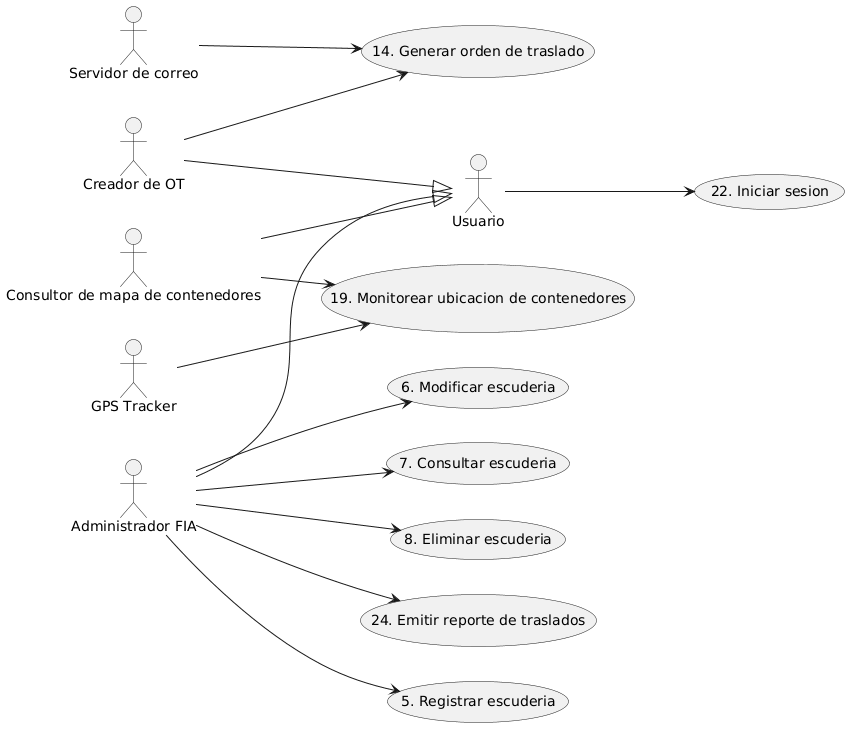
CeciliaRava1/disenio_2026 keeps this PlantUML diagram as out/05_preparcial_f1/vistaFuncionalidad/usecaseDiagram.png. Above is the earlier version.
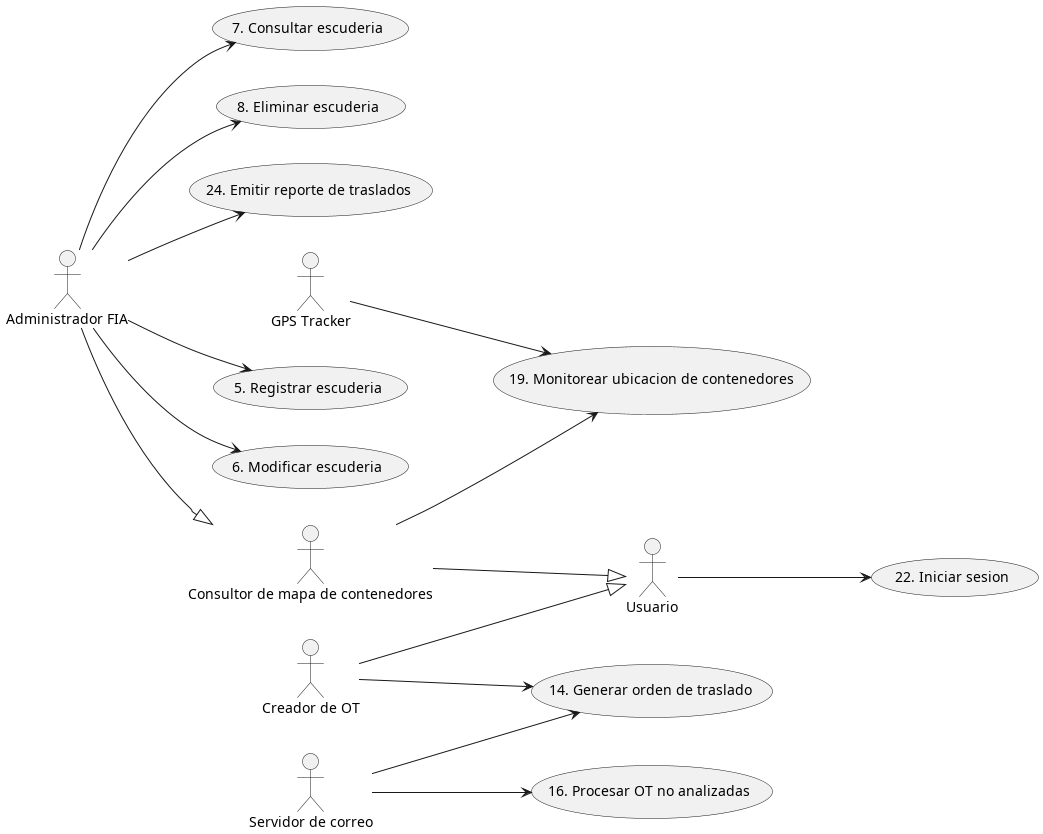
Later version of the same file.

Diff of the diagram source:
```diff
@@ -1,4 +1,4 @@
-@startuml
+@startuml usecaseDiagram
 left to right direction
 
 actor "Administrador FIA" as AdminFIA
@@ -16,8 +16,9 @@
 usecase "22. Iniciar sesion" as U22
 usecase "19. Monitorear ubicacion de contenedores" as U19
 usecase "24. Emitir reporte de traslados" as U24
+usecase "16. Procesar OT no analizadas" as U16
 
-AdminFIA --|> Usuario
+AdminFIA --|> ConsultorMapa
 CreadorOT --|> Usuario
 ConsultorMapa --|> Usuario
 Usuario --> U22
@@ -30,6 +31,7 @@
 
 CreadorOT --> U14
 SCorreo --> U14
+SCorreo --> U16
 ConsultorMapa --> U19
 GPS --> U19
 @enduml
```
